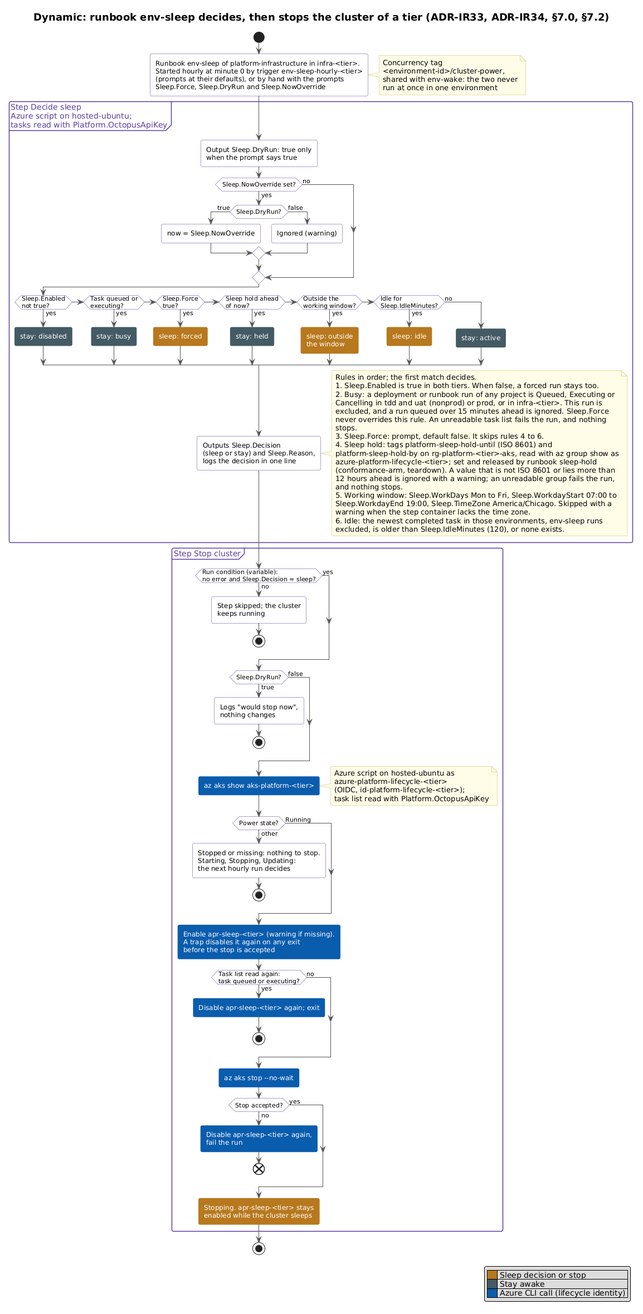
This is design/diagrams/dyn-env-sleep.png from clearmeasure-aisf-sample-apps/basic-environment-octopus-codefresh, a PlantUML export, as it was before one commit.
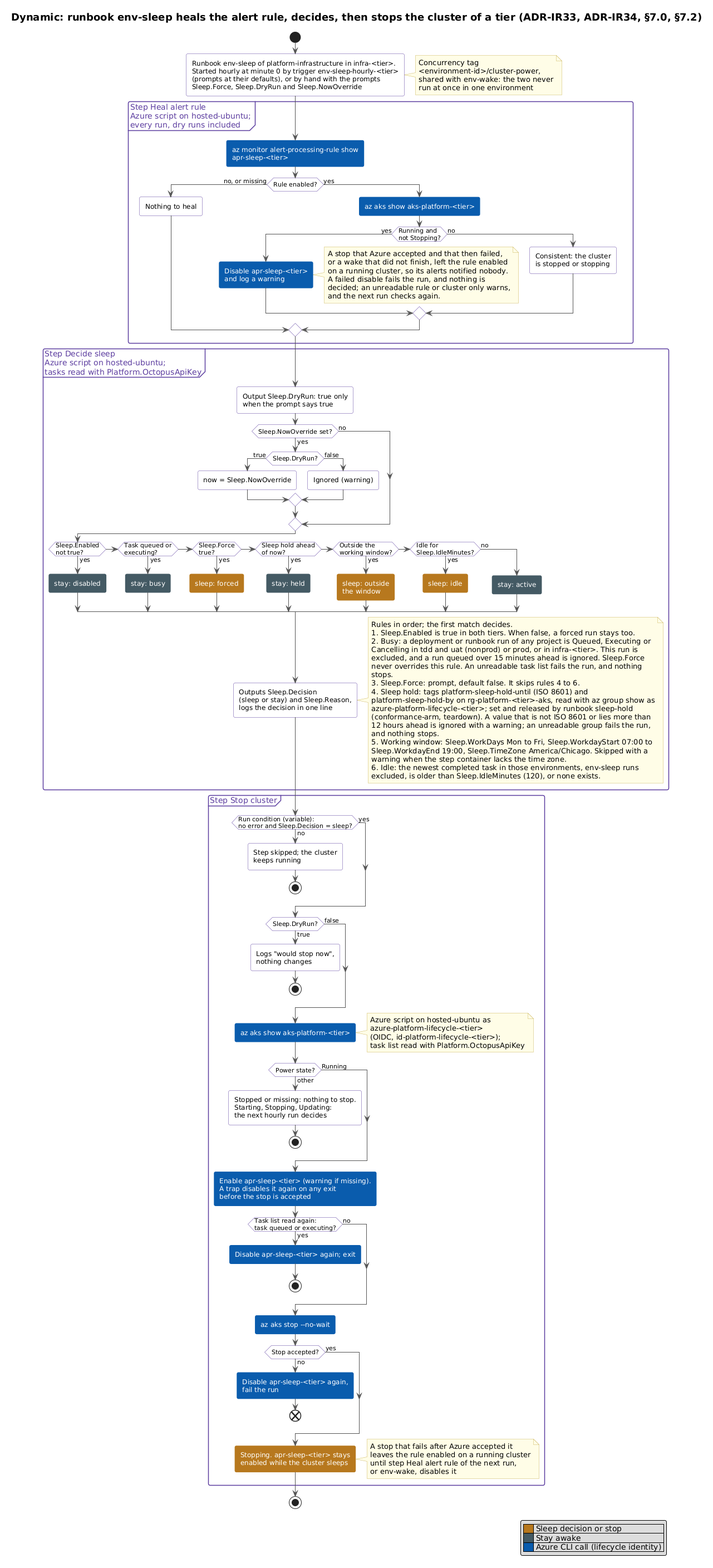
The same diagram one commit later.

Commit message:
Design: env-sleep and env-wake heal the alert rule

The edit, as a diff of the source:
```diff
@@ -1,7 +1,7 @@
 @startuml dyn-env-sleep
 !include include/palette.puml
 
-title Dynamic: runbook env-sleep decides, then stops the cluster of a tier (ADR-IR33, ADR-IR34, §7.0, §7.2)
+title Dynamic: runbook env-sleep heals the alert rule, decides, then stops the cluster of a tier (ADR-IR33, ADR-IR34, §7.0, §7.2)
 
 <style>
 activityDiagram {
@@ -53,6 +53,31 @@
   shared with env-wake: the two never
   run at once in one environment
 end note
+partition "Step Heal alert rule\nAzure script on hosted-ubuntu;\nevery run, dry runs included" {
+  :az monitor alert-processing-rule show
+  apr-sleep-<tier>; <<azure>>
+  if (Rule enabled?) then (no, or missing)
+    :Nothing to heal;
+  else (yes)
+    :az aks show aks-platform-<tier>; <<azure>>
+    if (Running and
+not Stopping?) then (yes)
+      :Disable apr-sleep-<tier>
+      and log a warning; <<azure>>
+      note right
+        A stop that Azure accepted and that then failed,
+        or a wake that did not finish, left the rule enabled
+        on a running cluster, so its alerts notified nobody.
+        A failed disable fails the run, and nothing is
+        decided; an unreadable rule or cluster only warns,
+        and the next run checks again.
+      end note
+    else (no)
+      :Consistent: the cluster
+      is stopped or stopping;
+    endif
+  endif
+}
 partition "Step Decide sleep\nAzure script on hosted-ubuntu;\ntasks read with Platform.OctopusApiKey" {
   :Output Sleep.DryRun: true only
   when the prompt says true;
@@ -145,6 +170,12 @@
   endif
   :Stopping. apr-sleep-<tier> stays
   enabled while the cluster sleeps; <<sleep>>
+  note right
+    A stop that fails after Azure accepted it
+    leaves the rule enabled on a running cluster
+    until step Heal alert rule of the next run,
+    or env-wake, disables it
+  end note
 }
 stop
 
```
